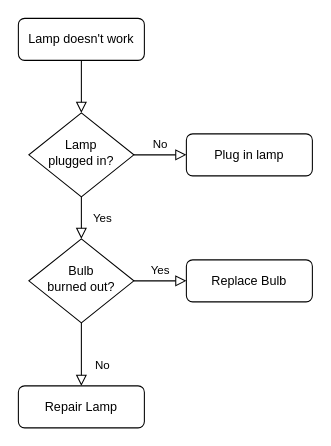
Before: page "Page-1" (1 of 2) of test.drawio in xc872/online_draw, a draw.io diagram. Source tidied: cells renumbered, new cells numbered last; positions are measured from the earlier drawing's top-left corner, leaving out a move shared by most shapes. Both pictures are drawn from the tidied source at 105%, with x=0, y=0 at pixel (18, 18).
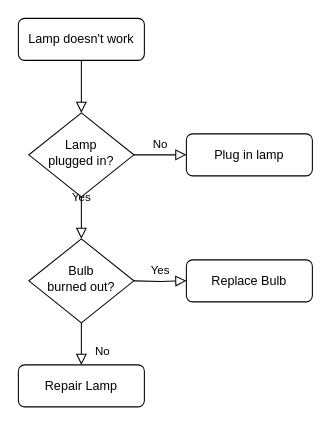
The same page after the edit.

The edit, as a diff of the source:
```diff
@@
 <mxGraphModel>
   <root>
     <mxCell id="0" />
     <mxCell id="1" parent="0" />
     <mxCell id="2" style="rounded=0;html=1;jettySize=auto;fontSize=11;endArrow=block;endFill=0;endSize=8;strokeWidth=1;shadow=0;labelBackgroundColor=none;edgeStyle=orthogonalEdgeStyle;" parent="1" edge="1" source="3" target="6">
       <mxGeometry relative="1" as="geometry" />
     </mxCell>
     <mxCell id="3" value="Lamp doesn't work" style="rounded=1;whiteSpace=wrap;html=1;fontSize=12;glass=0;strokeWidth=1;shadow=0;" parent="1" vertex="1">
       <mxGeometry width="120" height="40" as="geometry" />
     </mxCell>
-    <mxCell id="4" value="Yes" style="rounded=0;html=1;jettySize=auto;fontSize=11;endArrow=block;endFill=0;endSize=8;strokeWidth=1;shadow=0;labelBackgroundColor=none;edgeStyle=orthogonalEdgeStyle;" parent="1" edge="1" source="6" target="10">
-      <mxGeometry y="20" relative="1" as="geometry" />
+    <mxCell id="4" value="Yes" style="rounded=0;html=1;jettySize=auto;fontSize=11;endArrow=block;endFill=0;endSize=8;strokeWidth=1;shadow=0;labelBackgroundColor=none;edgeStyle=orthogonalEdgeStyle;" parent="1" edge="1" source="6">
+      <mxGeometry y="20" relative="1" as="geometry">
+        <mxPoint x="60" y="210" as="targetPoint" />
+      </mxGeometry>
     </mxCell>
     <mxCell id="5" value="No" style="edgeStyle=orthogonalEdgeStyle;rounded=0;html=1;jettySize=auto;fontSize=11;endArrow=block;endFill=0;endSize=8;strokeWidth=1;shadow=0;labelBackgroundColor=none;" parent="1" edge="1" source="6" target="7">
       <mxGeometry y="10" relative="1" as="geometry" />
     </mxCell>
     <mxCell id="6" value="Lamp&lt;br&gt;plugged in?" style="rhombus;whiteSpace=wrap;html=1;shadow=0;fontFamily=Helvetica;fontSize=12;align=center;strokeWidth=1;spacing=6;spacingTop=-4;" parent="1" vertex="1">
       <mxGeometry x="10" y="90" width="100" height="80" as="geometry" />
     </mxCell>
     <mxCell id="7" value="Plug in lamp" style="rounded=1;whiteSpace=wrap;html=1;fontSize=12;glass=0;strokeWidth=1;shadow=0;" parent="1" vertex="1">
       <mxGeometry x="160" y="110" width="120" height="40" as="geometry" />
     </mxCell>
     <mxCell id="8" value="No" style="rounded=0;html=1;jettySize=auto;fontSize=11;endArrow=block;endFill=0;endSize=8;strokeWidth=1;shadow=0;labelBackgroundColor=none;edgeStyle=orthogonalEdgeStyle;" parent="1" edge="1" source="10" target="11">
       <mxGeometry x="0.33" y="20" relative="1" as="geometry" />
     </mxCell>
-    <mxCell id="9" value="Yes" style="edgeStyle=orthogonalEdgeStyle;rounded=0;html=1;jettySize=auto;fontSize=11;endArrow=block;endFill=0;endSize=8;strokeWidth=1;shadow=0;labelBackgroundColor=none;" parent="1" edge="1" source="10" target="12">
-      <mxGeometry y="10" relative="1" as="geometry" />
+    <mxCell id="9" value="Yes" style="edgeStyle=orthogonalEdgeStyle;rounded=0;html=1;jettySize=auto;fontSize=11;endArrow=block;endFill=0;endSize=8;strokeWidth=1;shadow=0;labelBackgroundColor=none;" parent="1" edge="1" target="12">
+      <mxGeometry y="10" relative="1" as="geometry">
+        <mxPoint x="110" y="250" as="sourcePoint" />
+      </mxGeometry>
     </mxCell>
     <mxCell id="10" value="Bulb&lt;br&gt;burned out?" style="rhombus;whiteSpace=wrap;html=1;shadow=0;fontFamily=Helvetica;fontSize=12;align=center;strokeWidth=1;spacing=6;spacingTop=-4;" parent="1" vertex="1">
       <mxGeometry x="10" y="210" width="100" height="80" as="geometry" />
     </mxCell>
     <mxCell id="11" value="Repair Lamp" style="rounded=1;whiteSpace=wrap;html=1;fontSize=12;glass=0;strokeWidth=1;shadow=0;" parent="1" vertex="1">
-      <mxGeometry y="350" width="120" height="40" as="geometry" />
+      <mxGeometry y="330" width="120" height="40" as="geometry" />
     </mxCell>
     <mxCell id="12" value="Replace Bulb" style="rounded=1;whiteSpace=wrap;html=1;fontSize=12;glass=0;strokeWidth=1;shadow=0;" parent="1" vertex="1">
       <mxGeometry x="160" y="230" width="120" height="40" as="geometry" />
     </mxCell>
   </root>
 </mxGraphModel>
```
